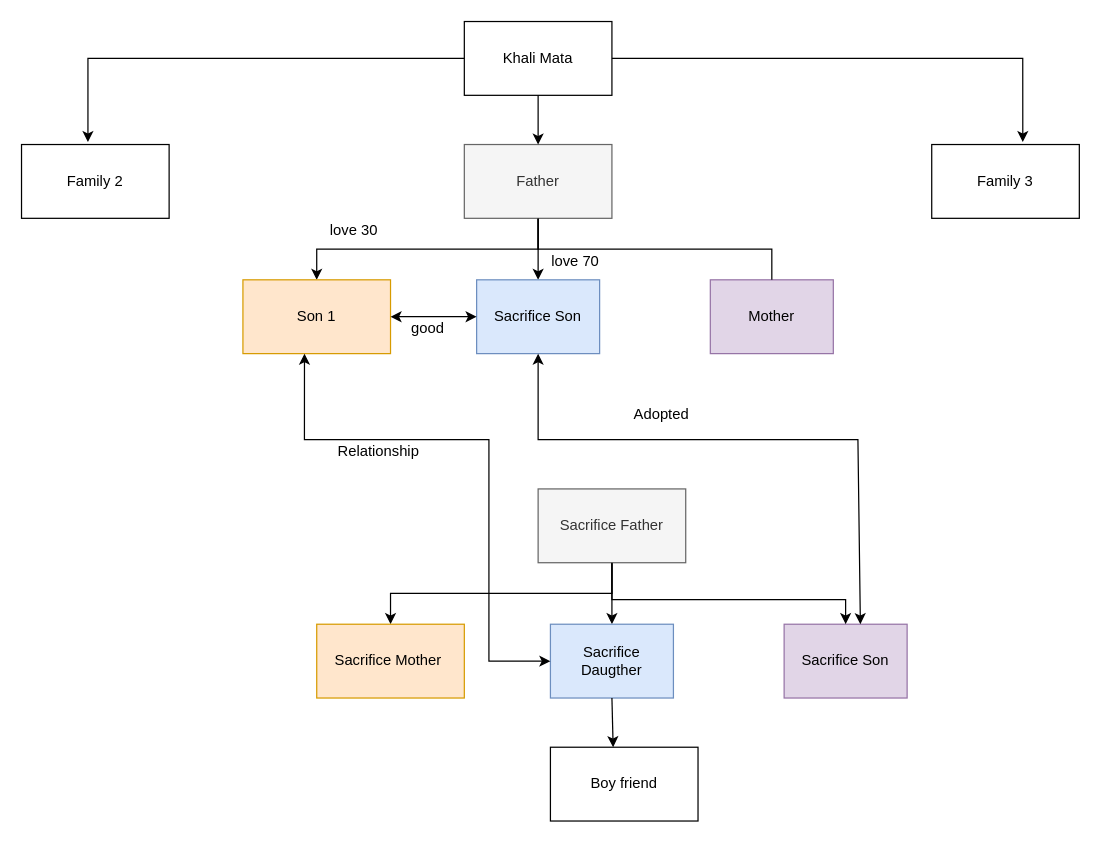
Above: page "Simple tree" (1 of 2) of Untitled Diagram.drawio in sharuk2020/sharuk (draw.io), before the change. Source tidied: cells renumbered, new cells numbered last; positions are measured from the earlier drawing's top-left corner, leaving out a move shared by most shapes. Both pictures are drawn from the tidied source at 123%, with x=0, y=0 at pixel (21, 21).
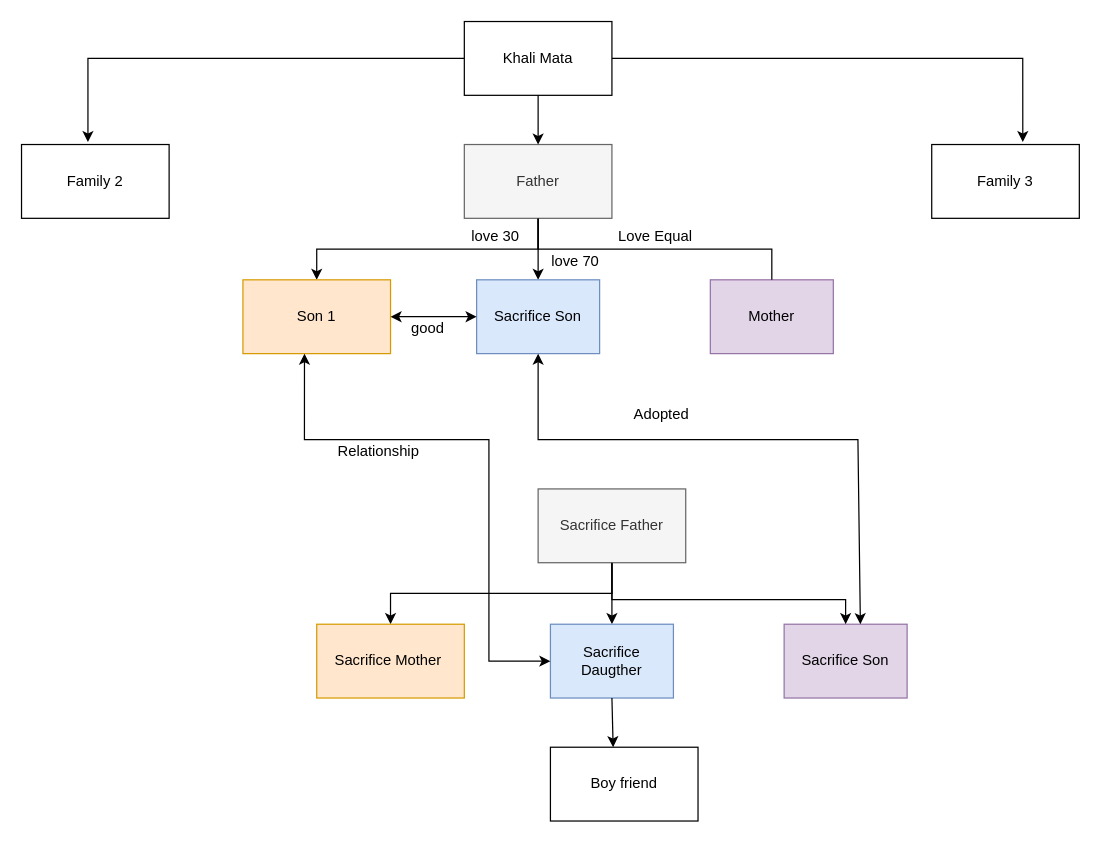
After the change.

Diff of the diagram source:
```diff
@@
     <mxCell id="24" value="love 30" style="text;html=1;align=center;verticalAlign=middle;strokeColor=none;fillColor=none;" parent="1" vertex="1">
-      <mxGeometry x="240" y="155" width="60" height="30" as="geometry" />
+      <mxGeometry x="355" y="160" width="60" height="30" as="geometry" />
     </mxCell>
@@
+    <mxCell id="32" value="Love Equal" style="text;html=1;align=center;verticalAlign=middle;strokeColor=none;fillColor=none;" parent="1" vertex="1">
+      <mxGeometry x="475" y="160" width="80" height="30" as="geometry" />
+    </mxCell>
```
